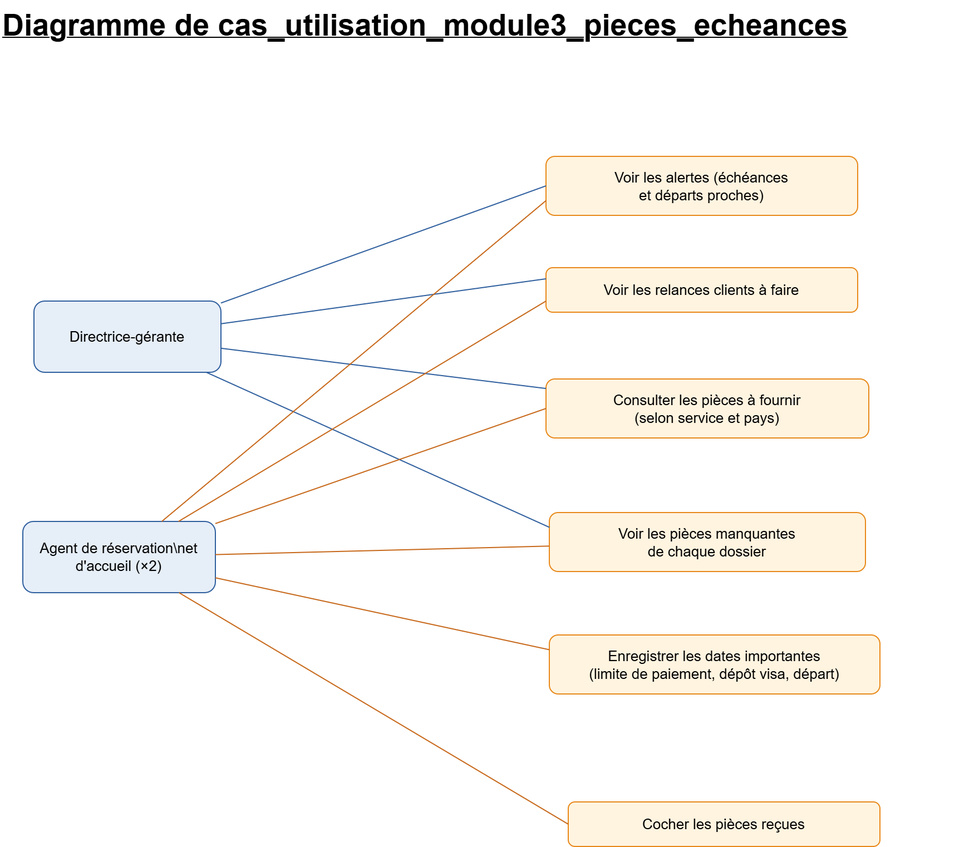
Earlier version of the draw.io export modelisation/Diagramme de cas_utilisation_module3_pieces_echeances.png (Desire6893/agence-de-voyage). Source tidied: cells renumbered, new cells last; positions are measured from the earlier drawing's top-left corner, leaving out a move shared by most shapes. Its diagram source:
```xml
<mxGraphModel>
  <root>
    <mxCell id="0" />
    <mxCell id="1" parent="0" />
    <mxCell id="2" value="&lt;u&gt;&lt;b&gt;&lt;font style=&quot;font-size: 27px;&quot;&gt;Diagramme de cas_utilisation_module3_pieces_echeances&lt;/font&gt;&lt;/b&gt;&lt;/u&gt;" style="text;html=1;align=left;verticalAlign=top;whiteSpace=wrap;fontSize=13;rotation=0;" parent="1" vertex="1">
      <mxGeometry width="875" height="70" as="geometry" />
    </mxCell>
    <mxCell id="3" value="Consulter les pièces à fournir&#10;(selon service et pays)" style="rounded=1;whiteSpace=wrap;html=1;fillColor=#FFF4E0;strokeColor=#E8891A;fontSize=13;" parent="1" vertex="1">
      <mxGeometry x="490" y="340" width="290" height="53" as="geometry" />
    </mxCell>
    <mxCell id="4" value="Cocher les pièces reçues" style="rounded=1;whiteSpace=wrap;html=1;fillColor=#FFF4E0;strokeColor=#E8891A;fontSize=13;" parent="1" vertex="1">
      <mxGeometry x="510" y="720" width="280" height="40" as="geometry" />
    </mxCell>
    <mxCell id="5" value="Voir les pièces manquantes&#10;de chaque dossier" style="rounded=1;whiteSpace=wrap;html=1;fillColor=#FFF4E0;strokeColor=#E8891A;fontSize=13;" parent="1" vertex="1">
      <mxGeometry x="493" y="460" width="284" height="53" as="geometry" />
    </mxCell>
    <mxCell id="6" value="Enregistrer les dates importantes&#10;(limite de paiement, dépôt visa, départ)" style="rounded=1;whiteSpace=wrap;html=1;fillColor=#FFF4E0;strokeColor=#E8891A;fontSize=13;" parent="1" vertex="1">
      <mxGeometry x="493" y="570" width="297" height="53" as="geometry" />
    </mxCell>
    <mxCell id="7" value="Voir les alertes (échéances&#10;et départs proches)" style="rounded=1;whiteSpace=wrap;html=1;fillColor=#FFF4E0;strokeColor=#E8891A;fontSize=13;" parent="1" vertex="1">
      <mxGeometry x="490" y="140" width="280" height="53" as="geometry" />
    </mxCell>
    <mxCell id="8" value="Voir les relances clients à faire" style="rounded=1;whiteSpace=wrap;html=1;fillColor=#FFF4E0;strokeColor=#E8891A;fontSize=13;" parent="1" vertex="1">
      <mxGeometry x="490" y="240" width="280" height="40" as="geometry" />
    </mxCell>
    <mxCell id="9" value="Directrice-gérante" style="rounded=1;whiteSpace=wrap;html=1;fillColor=#E6EEF8;strokeColor=#2F5F9E;fontSize=13;" parent="1" vertex="1">
      <mxGeometry x="30" y="270" width="168" height="64" as="geometry" />
    </mxCell>
    <mxCell id="10" value="Agent de réservation\net d'accueil (×2)" style="rounded=1;whiteSpace=wrap;html=1;fillColor=#E6EEF8;strokeColor=#2F5F9E;fontSize=13;" parent="1" vertex="1">
      <mxGeometry x="20" y="468" width="173" height="64" as="geometry" />
    </mxCell>
    <mxCell id="11" style="endArrow=none;strokeColor=#2F5F9E;html=1;" parent="1" edge="1" source="9" target="3">
      <mxGeometry relative="1" as="geometry" />
    </mxCell>
    <mxCell id="12" style="endArrow=none;strokeColor=#2F5F9E;html=1;entryX=0;entryY=0.25;entryDx=0;entryDy=0;" parent="1" edge="1" source="9" target="5">
      <mxGeometry relative="1" as="geometry" />
    </mxCell>
    <mxCell id="13" style="endArrow=none;strokeColor=#2F5F9E;html=1;entryX=0;entryY=0.5;entryDx=0;entryDy=0;" parent="1" edge="1" source="9" target="7">
      <mxGeometry relative="1" as="geometry" />
    </mxCell>
    <mxCell id="14" style="endArrow=none;strokeColor=#2F5F9E;html=1;entryX=0;entryY=0.25;entryDx=0;entryDy=0;" parent="1" edge="1" source="9" target="8">
      <mxGeometry relative="1" as="geometry" />
    </mxCell>
    <mxCell id="15" style="endArrow=none;strokeColor=#C7681A;html=1;entryX=0;entryY=0.5;entryDx=0;entryDy=0;" parent="1" edge="1" source="10" target="3">
      <mxGeometry relative="1" as="geometry" />
    </mxCell>
    <mxCell id="16" style="endArrow=none;strokeColor=#C7681A;html=1;entryX=0;entryY=0.5;entryDx=0;entryDy=0;" parent="1" edge="1" source="10" target="4">
      <mxGeometry relative="1" as="geometry" />
    </mxCell>
    <mxCell id="17" style="endArrow=none;strokeColor=#C7681A;html=1;" parent="1" edge="1" source="10" target="5">
      <mxGeometry relative="1" as="geometry" />
    </mxCell>
    <mxCell id="18" style="endArrow=none;strokeColor=#C7681A;html=1;entryX=0;entryY=0.25;entryDx=0;entryDy=0;" parent="1" edge="1" source="10" target="6">
      <mxGeometry relative="1" as="geometry" />
    </mxCell>
    <mxCell id="19" style="endArrow=none;strokeColor=#C7681A;html=1;entryX=0;entryY=0.75;entryDx=0;entryDy=0;" parent="1" edge="1" source="10" target="7">
      <mxGeometry relative="1" as="geometry" />
    </mxCell>
    <mxCell id="20" style="endArrow=none;strokeColor=#C7681A;html=1;entryX=0;entryY=0.75;entryDx=0;entryDy=0;" parent="1" edge="1" source="10" target="8">
      <mxGeometry relative="1" as="geometry" />
    </mxCell>
  </root>
</mxGraphModel>
```
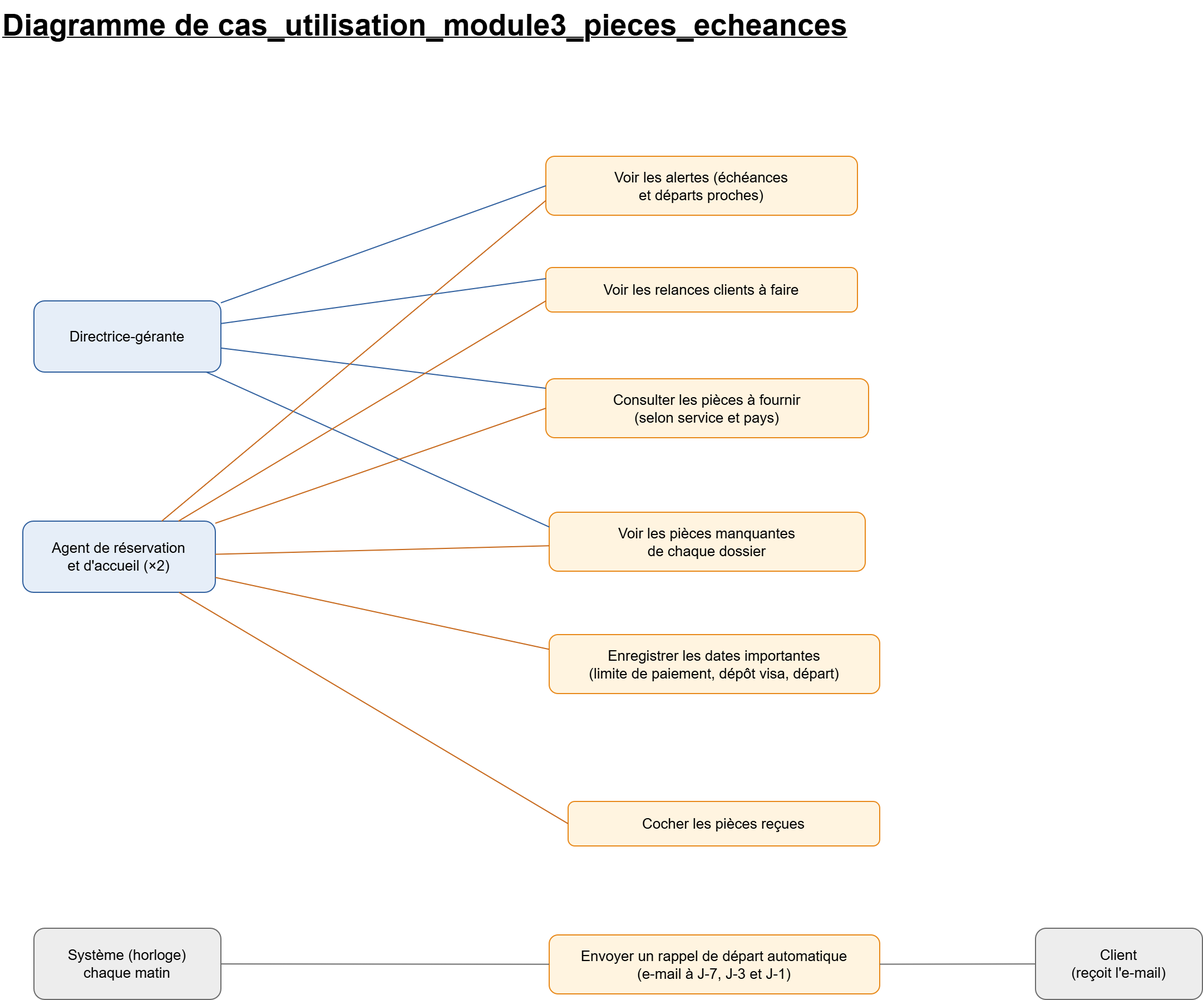
The same file after the commit.

Commit message:
J'ai ajouter un message automatique

Change to the diagram source:
```diff
@@ -26,7 +26,7 @@
     <mxCell id="9" value="Directrice-gérante" style="rounded=1;whiteSpace=wrap;html=1;fillColor=#E6EEF8;strokeColor=#2F5F9E;fontSize=13;" parent="1" vertex="1">
       <mxGeometry x="30" y="270" width="168" height="64" as="geometry" />
     </mxCell>
-    <mxCell id="10" value="Agent de réservation\net d'accueil (×2)" style="rounded=1;whiteSpace=wrap;html=1;fillColor=#E6EEF8;strokeColor=#2F5F9E;fontSize=13;" parent="1" vertex="1">
+    <mxCell id="10" value="Agent de réservation&lt;br&gt;et d'accueil (×2)" style="rounded=1;whiteSpace=wrap;html=1;fillColor=#E6EEF8;strokeColor=#2F5F9E;fontSize=13;" parent="1" vertex="1">
       <mxGeometry x="20" y="468" width="173" height="64" as="geometry" />
     </mxCell>
     <mxCell id="11" style="endArrow=none;strokeColor=#2F5F9E;html=1;" parent="1" edge="1" source="9" target="3">
@@ -59,5 +59,20 @@
     <mxCell id="20" style="endArrow=none;strokeColor=#C7681A;html=1;entryX=0;entryY=0.75;entryDx=0;entryDy=0;" parent="1" edge="1" source="10" target="8">
       <mxGeometry relative="1" as="geometry" />
     </mxCell>
+    <mxCell id="21" value="Envoyer un rappel de départ automatique&lt;br&gt;(e-mail à J-7, J-3 et J-1)" style="rounded=1;whiteSpace=wrap;html=1;fillColor=#FFF4E0;strokeColor=#E8891A;fontSize=13;" parent="1" vertex="1">
+      <mxGeometry x="493" y="840" width="297" height="53" as="geometry" />
+    </mxCell>
+    <mxCell id="22" value="Système (horloge)&lt;br&gt;chaque matin" style="rounded=1;whiteSpace=wrap;html=1;fillColor=#EDEDED;strokeColor=#6B6B6B;fontSize=13;" parent="1" vertex="1">
+      <mxGeometry x="30" y="834" width="168" height="64" as="geometry" />
+    </mxCell>
+    <mxCell id="23" value="Client&lt;br&gt;(reçoit l'e-mail)" style="rounded=1;whiteSpace=wrap;html=1;fillColor=#EDEDED;strokeColor=#6B6B6B;fontSize=13;" parent="1" vertex="1">
+      <mxGeometry x="930" y="834" width="150" height="64" as="geometry" />
+    </mxCell>
+    <mxCell id="24" style="endArrow=none;strokeColor=#6B6B6B;html=1;" parent="1" edge="1" source="22" target="21">
+      <mxGeometry relative="1" as="geometry" />
+    </mxCell>
+    <mxCell id="25" style="endArrow=none;strokeColor=#6B6B6B;html=1;" parent="1" edge="1" source="21" target="23">
+      <mxGeometry relative="1" as="geometry" />
+    </mxCell>
   </root>
 </mxGraphModel>
```
